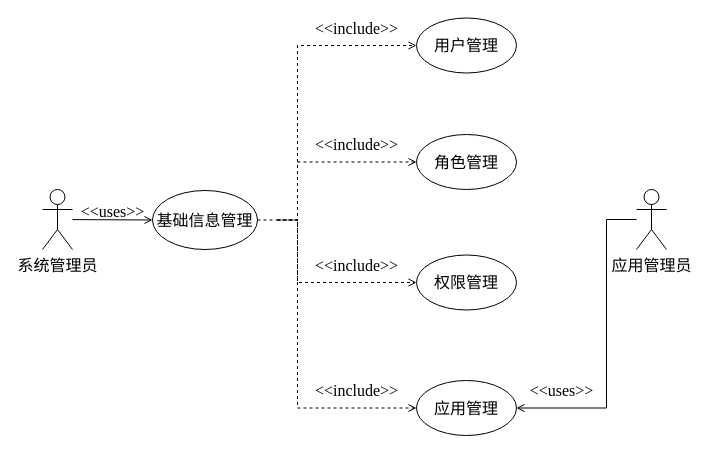
WWj5921/ConfigCenter keeps this draw.io diagram as page "基础信息用例图" (8 of 11) of 泳道图.drawio. Above is the earlier version. Source tidied: cells renumbered, new cells numbered last; positions are measured from the earlier drawing's top-left corner, leaving out a move shared by most shapes. Both pictures are drawn from the tidied source at 100%, with x=0, y=0 at pixel (42, 18).
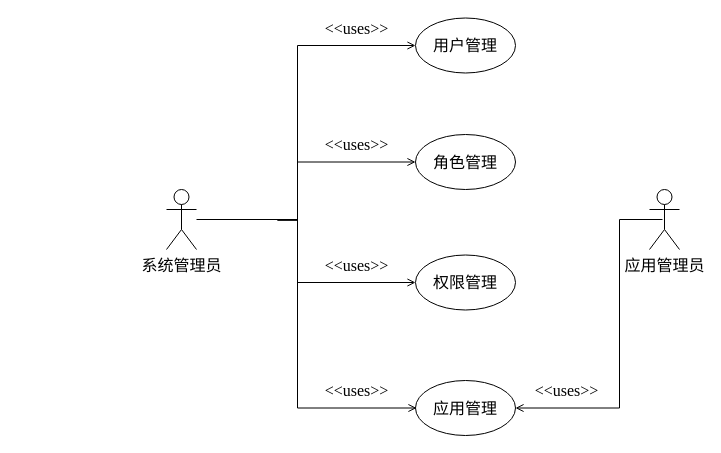
The same diagram, later.

The edit, as a diff of the source:
```diff
@@
-    <mxCell id="2" style="edgeStyle=none;rounded=0;jettySize=auto;html=1;entryX=0;entryY=0.5;entryDx=0;entryDy=0;fontSize=16;startArrow=none;startFill=0;endArrow=open;endFill=0;endSize=6;strokeWidth=1;" parent="1" edge="1" source="3" target="8">
-      <mxGeometry relative="1" as="geometry" />
-    </mxCell>
     <mxCell id="3" value="&lt;font face=&quot;华文宋体&quot;&gt;系统管理员&lt;/font&gt;" style="shape=umlActor;verticalLabelPosition=bottom;verticalAlign=top;html=1;fontSize=16;fontColor=#000000;" parent="1" vertex="1">
-      <mxGeometry y="171" width="30" height="60" as="geometry" />
+      <mxGeometry x="124" y="171" width="30" height="60" as="geometry" />
     </mxCell>
-    <mxCell id="4" style="edgeStyle=orthogonalEdgeStyle;rounded=0;jettySize=auto;html=1;exitX=1;exitY=0.5;exitDx=0;exitDy=0;entryX=0;entryY=0.5;entryDx=0;entryDy=0;fontFamily=华文宋体;fontSize=16;fontColor=none;endArrow=open;endFill=0;startSize=0;dashed=1;" parent="1" edge="1" target="10">
+    <mxCell id="4" style="edgeStyle=orthogonalEdgeStyle;rounded=0;jettySize=auto;html=1;exitX=1;exitY=0.5;exitDx=0;exitDy=0;entryX=0;entryY=0.5;entryDx=0;entryDy=0;fontFamily=华文宋体;fontSize=16;fontColor=none;endArrow=open;endFill=0;startSize=0;" parent="1" edge="1" target="10">
       <mxGeometry relative="1" as="geometry">
         <mxPoint x="235" y="201.5" as="sourcePoint" />
         <Array as="points">
           <mxPoint x="255" y="202" />
           <mxPoint x="255" y="27" />
         </Array>
       </mxGeometry>
     </mxCell>
-    <mxCell id="5" style="edgeStyle=orthogonalEdgeStyle;rounded=0;jettySize=auto;html=1;exitX=1;exitY=0.5;exitDx=0;exitDy=0;entryX=0;entryY=0.5;entryDx=0;entryDy=0;dashed=1;fontFamily=华文宋体;fontSize=16;fontColor=none;endArrow=open;endFill=0;startSize=0;" parent="1" edge="1" target="13">
+    <mxCell id="5" style="edgeStyle=orthogonalEdgeStyle;rounded=0;jettySize=auto;html=1;exitX=1;exitY=0.5;exitDx=0;exitDy=0;entryX=0;entryY=0.5;entryDx=0;entryDy=0;fontFamily=华文宋体;fontSize=16;fontColor=none;endArrow=open;endFill=0;startSize=0;" parent="1" edge="1" target="13">
       <mxGeometry relative="1" as="geometry">
         <mxPoint x="235" y="201.5" as="sourcePoint" />
         <Array as="points">
           <mxPoint x="255" y="202" />
           <mxPoint x="255" y="144" />
         </Array>
       </mxGeometry>
     </mxCell>
-    <mxCell id="6" style="edgeStyle=orthogonalEdgeStyle;rounded=0;jettySize=auto;html=1;exitX=1;exitY=0.5;exitDx=0;exitDy=0;entryX=0;entryY=0.5;entryDx=0;entryDy=0;dashed=1;fontFamily=华文宋体;fontSize=16;fontColor=none;endArrow=open;endFill=0;startSize=0;" parent="1" edge="1" target="12">
+    <mxCell id="6" style="edgeStyle=orthogonalEdgeStyle;rounded=0;jettySize=auto;html=1;exitX=1;exitY=0.5;exitDx=0;exitDy=0;entryX=0;entryY=0.5;entryDx=0;entryDy=0;fontFamily=华文宋体;fontSize=16;fontColor=none;endArrow=open;endFill=0;startSize=0;" parent="1" edge="1" target="12">
       <mxGeometry relative="1" as="geometry">
         <mxPoint x="235" y="201.5" as="sourcePoint" />
         <Array as="points">
           <mxPoint x="255" y="202" />
           <mxPoint x="255" y="264" />
         </Array>
       </mxGeometry>
     </mxCell>
-    <mxCell id="7" style="edgeStyle=orthogonalEdgeStyle;rounded=0;jettySize=auto;html=1;entryX=0;entryY=0.5;entryDx=0;entryDy=0;dashed=1;fontFamily=华文宋体;fontSize=16;fontColor=none;endArrow=open;endFill=0;startSize=0;exitX=1;exitY=0.5;exitDx=0;exitDy=0;" parent="1" edge="1" source="8" target="11">
+    <mxCell id="7" style="edgeStyle=orthogonalEdgeStyle;rounded=0;orthogonalLoop=1;jettySize=auto;html=1;entryX=0;entryY=0.5;entryDx=0;entryDy=0;fontFamily=华文宋体;fontSize=16;fontColor=none;endArrow=open;endFill=0;startSize=0;" parent="1" edge="1">
       <mxGeometry relative="1" as="geometry">
+        <mxPoint x="154" y="201" as="sourcePoint" />
+        <mxPoint x="374" y="389.5" as="targetPoint" />
         <Array as="points">
-          <mxPoint x="255" y="202" />
+          <mxPoint x="255" y="201" />
           <mxPoint x="255" y="390" />
         </Array>
       </mxGeometry>
     </mxCell>
-    <mxCell id="8" value="基础信息管理" style="ellipse;whiteSpace=wrap;html=1;fontSize=16;fontFamily=华文宋体;" parent="1" vertex="1">
-      <mxGeometry x="110" y="172" width="105" height="59" as="geometry" />
-    </mxCell>
     <mxCell id="9" value="&amp;lt;&amp;lt;uses&amp;gt;&amp;gt;" style="text;html=1;align=center;verticalAlign=middle;strokeColor=none;fillColor=none;fontSize=16;fontFamily=Times New Roman;" parent="1" vertex="1">
-      <mxGeometry x="30" y="183" width="80" height="20" as="geometry" />
+      <mxGeometry x="274" y="-0.5" width="80" height="20" as="geometry" />
     </mxCell>
     <mxCell id="10" value="用户管理" style="ellipse;whiteSpace=wrap;html=1;fontSize=16;fontFamily=华文宋体;" parent="1" vertex="1">
-      <mxGeometry x="374" y="-0.5" width="100" height="55" as="geometry" />
+      <mxGeometry x="373" y="-0.5" width="100" height="55" as="geometry" />
     </mxCell>
     <mxCell id="11" value="应用管理" style="ellipse;whiteSpace=wrap;html=1;fontSize=16;fontFamily=华文宋体;" parent="1" vertex="1">
-      <mxGeometry x="374" y="362" width="100" height="55" as="geometry" />
+      <mxGeometry x="373" y="362" width="100" height="55" as="geometry" />
     </mxCell>
     <mxCell id="12" value="权限管理" style="ellipse;whiteSpace=wrap;html=1;fontSize=16;fontFamily=华文宋体;" parent="1" vertex="1">
-      <mxGeometry x="374" y="236.5" width="100" height="55" as="geometry" />
+      <mxGeometry x="373" y="236.5" width="100" height="55" as="geometry" />
     </mxCell>
     <mxCell id="13" value="角色管理" style="ellipse;whiteSpace=wrap;html=1;fontSize=16;fontFamily=华文宋体;" parent="1" vertex="1">
-      <mxGeometry x="374" y="116" width="100" height="55" as="geometry" />
+      <mxGeometry x="373" y="116" width="100" height="55" as="geometry" />
     </mxCell>
-    <mxCell id="14" value="&amp;lt;&amp;lt;include&amp;gt;&amp;gt;" style="text;html=1;align=center;verticalAlign=middle;strokeColor=none;fillColor=none;fontSize=16;fontFamily=Times New Roman;" parent="1" vertex="1">
-      <mxGeometry x="264" y="-0.5" width="100" height="20" as="geometry" />
-    </mxCell>
-    <mxCell id="15" value="&amp;lt;&amp;lt;include&amp;gt;&amp;gt;" style="text;html=1;align=center;verticalAlign=middle;strokeColor=none;fillColor=none;fontSize=16;fontFamily=Times New Roman;" parent="1" vertex="1">
-      <mxGeometry x="264" y="116" width="100" height="20" as="geometry" />
-    </mxCell>
-    <mxCell id="16" value="&amp;lt;&amp;lt;include&amp;gt;&amp;gt;" style="text;html=1;align=center;verticalAlign=middle;strokeColor=none;fillColor=none;fontSize=16;fontFamily=Times New Roman;" parent="1" vertex="1">
-      <mxGeometry x="264" y="236.5" width="100" height="20" as="geometry" />
-    </mxCell>
-    <mxCell id="17" value="&amp;lt;&amp;lt;include&amp;gt;&amp;gt;" style="text;html=1;align=center;verticalAlign=middle;strokeColor=none;fillColor=none;fontSize=16;fontFamily=Times New Roman;" parent="1" vertex="1">
-      <mxGeometry x="264" y="362" width="100" height="20" as="geometry" />
-    </mxCell>
-    <mxCell id="18" style="rounded=0;jettySize=auto;html=1;fontSize=16;startArrow=none;startFill=0;endArrow=open;endFill=0;endSize=6;strokeWidth=1;entryX=1;entryY=0.5;entryDx=0;entryDy=0;edgeStyle=orthogonalEdgeStyle;" parent="1" edge="1" source="19" target="11">
+    <mxCell id="18" style="rounded=0;jettySize=auto;html=1;fontSize=16;startArrow=none;startFill=0;endArrow=open;endFill=0;endSize=6;strokeWidth=1;entryX=1;entryY=0.5;entryDx=0;entryDy=0;edgeStyle=orthogonalEdgeStyle;" parent="1" edge="1" target="11">
       <mxGeometry relative="1" as="geometry">
+        <mxPoint x="620" y="201" as="sourcePoint" />
         <Array as="points">
-          <mxPoint x="564" y="201" />
-          <mxPoint x="564" y="390" />
+          <mxPoint x="577" y="201" />
+          <mxPoint x="577" y="390" />
         </Array>
       </mxGeometry>
     </mxCell>
     <mxCell id="19" value="&lt;font face=&quot;华文宋体&quot;&gt;应用管理员&lt;/font&gt;" style="shape=umlActor;verticalLabelPosition=bottom;verticalAlign=top;html=1;fontSize=16;fontColor=#000000;" parent="1" vertex="1">
-      <mxGeometry x="594" y="171" width="30" height="60" as="geometry" />
+      <mxGeometry x="607" y="171" width="30" height="60" as="geometry" />
     </mxCell>
     <mxCell id="20" value="&amp;lt;&amp;lt;uses&amp;gt;&amp;gt;" style="text;html=1;align=center;verticalAlign=middle;strokeColor=none;fillColor=none;fontSize=16;fontFamily=Times New Roman;" parent="1" vertex="1">
-      <mxGeometry x="479" y="362" width="80" height="20" as="geometry" />
+      <mxGeometry x="484" y="362" width="80" height="20" as="geometry" />
     </mxCell>
+    <mxCell id="21" value="&amp;lt;&amp;lt;uses&amp;gt;&amp;gt;" style="text;html=1;align=center;verticalAlign=middle;strokeColor=none;fillColor=none;fontSize=16;fontFamily=Times New Roman;" parent="1" vertex="1">
+      <mxGeometry x="274" y="116" width="80" height="20" as="geometry" />
+    </mxCell>
+    <mxCell id="22" value="&amp;lt;&amp;lt;uses&amp;gt;&amp;gt;" style="text;html=1;align=center;verticalAlign=middle;strokeColor=none;fillColor=none;fontSize=16;fontFamily=Times New Roman;" parent="1" vertex="1">
+      <mxGeometry x="274" y="236.5" width="80" height="20" as="geometry" />
+    </mxCell>
+    <mxCell id="23" value="&amp;lt;&amp;lt;uses&amp;gt;&amp;gt;" style="text;html=1;align=center;verticalAlign=middle;strokeColor=none;fillColor=none;fontSize=16;fontFamily=Times New Roman;" parent="1" vertex="1">
+      <mxGeometry x="274" y="362" width="80" height="20" as="geometry" />
+    </mxCell>
```
